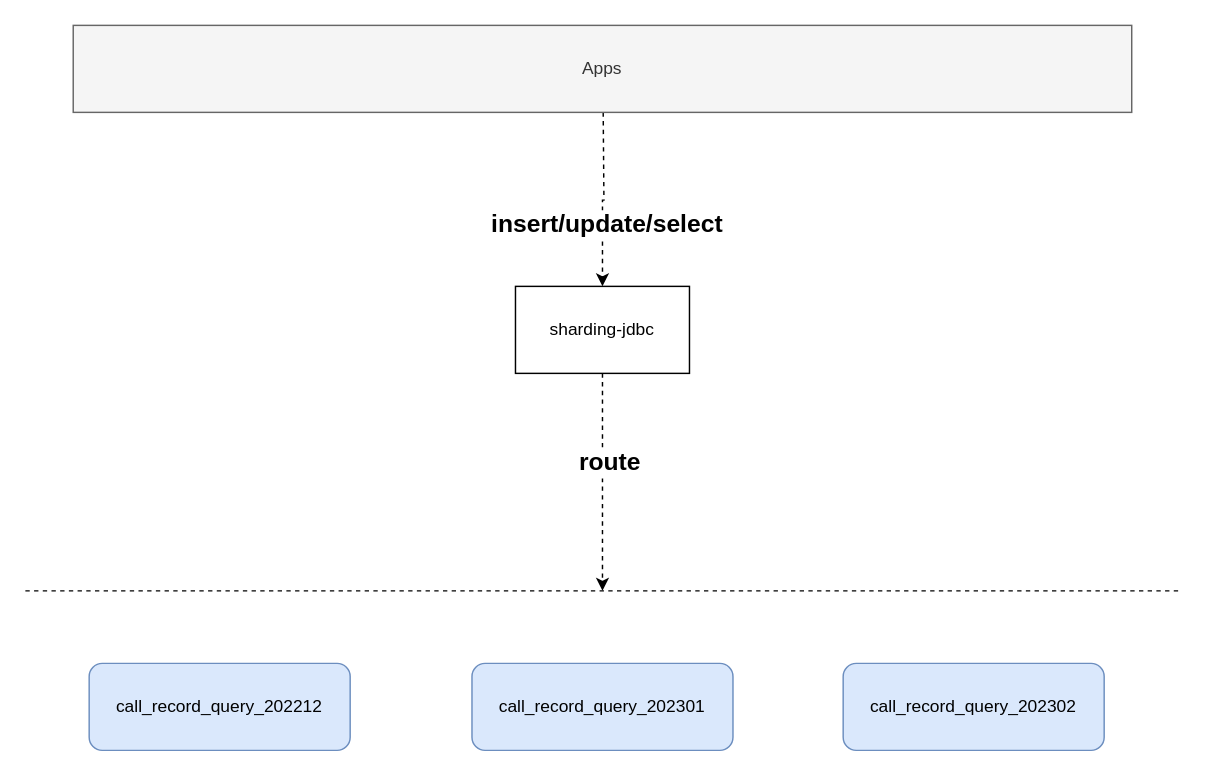
Above: page "第 9 页" (9 of 14) of wiz/WIZ-数据.drawio in smileLuckBoy/drowio (draw.io), before the change. Source tidied: cells renumbered, new cells numbered last; positions are measured from the earlier drawing's top-left corner, leaving out a move shared by most shapes. Both pictures are drawn from the tidied source at 145%, with x=0, y=0 at pixel (25, 25).
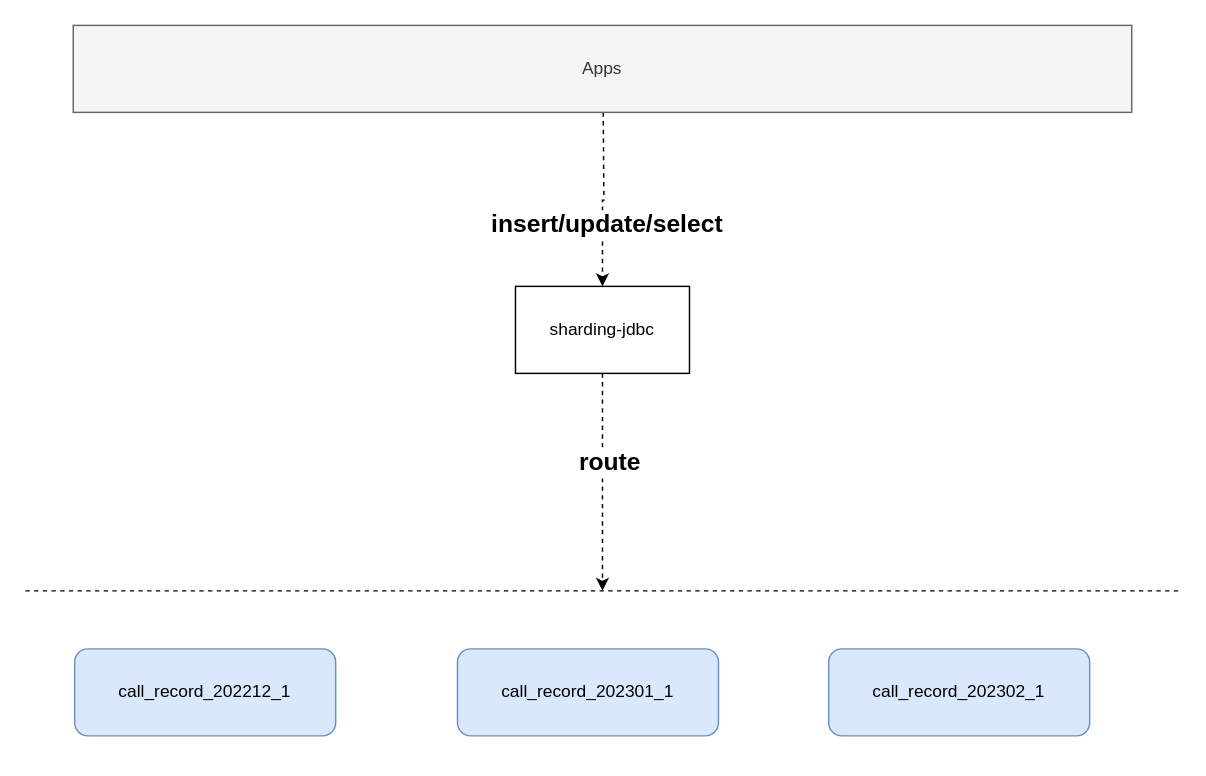
Above is the later version.

The edit, as a diff of the source:
```diff
@@
 <mxGraphModel>
   <root>
     <mxCell id="0" />
     <mxCell id="1" parent="0" />
     <mxCell id="2" style="edgeStyle=orthogonalEdgeStyle;rounded=0;orthogonalLoop=1;jettySize=auto;html=1;exitX=0.5;exitY=1;exitDx=0;exitDy=0;dashed=1;" parent="1" edge="1">
       <mxGeometry relative="1" as="geometry">
         <mxPoint x="179" y="240" as="sourcePoint" />
       </mxGeometry>
     </mxCell>
-    <mxCell id="3" value="call_record_query_202212" style="rounded=1;whiteSpace=wrap;html=1;fillColor=#dae8fc;strokeColor=#6c8ebf;" parent="1" vertex="1">
-      <mxGeometry x="44" y="440" width="180" height="60" as="geometry" />
-    </mxCell>
-    <mxCell id="4" value="call_record_query_202301" style="rounded=1;whiteSpace=wrap;html=1;fillColor=#dae8fc;strokeColor=#6c8ebf;" parent="1" vertex="1">
-      <mxGeometry x="308" y="440" width="180" height="60" as="geometry" />
-    </mxCell>
-    <mxCell id="5" value="call_record_query_202302" style="rounded=1;whiteSpace=wrap;html=1;fillColor=#dae8fc;strokeColor=#6c8ebf;" parent="1" vertex="1">
-      <mxGeometry x="564" y="440" width="180" height="60" as="geometry" />
-    </mxCell>
     <mxCell id="6" style="edgeStyle=orthogonalEdgeStyle;rounded=0;jettySize=auto;html=1;exitX=0.75;exitY=1;exitDx=0;exitDy=0;dashed=1;fontSize=17;" parent="1" edge="1" target="12">
       <mxGeometry relative="1" as="geometry">
         <mxPoint x="398.5" y="60" as="sourcePoint" />
       </mxGeometry>
     </mxCell>
     <mxCell id="7" value="insert/update/&lt;font style=&quot;border-color: var(--border-color);&quot;&gt;&lt;span style=&quot;border-color: var(--border-color);&quot;&gt;select&lt;/span&gt;&lt;/font&gt;" style="edgeLabel;html=1;align=center;verticalAlign=middle;fontSize=17;fontStyle=1;" parent="6" vertex="1">
       <mxGeometry x="0.29" y="2" relative="1" as="geometry">
         <mxPoint y="1" as="offset" />
       </mxGeometry>
     </mxCell>
     <mxCell id="8" value="Apps" style="rounded=0;whiteSpace=wrap;html=1;fillColor=#f5f5f5;fontColor=#333333;strokeColor=#666666;" parent="1" vertex="1">
       <mxGeometry x="33" width="730" height="60" as="geometry" />
     </mxCell>
     <mxCell id="9" style="endArrow=none;dashed=1;html=1;rounded=0;" parent="1" edge="1">
       <mxGeometry relative="1" as="geometry">
         <mxPoint y="390" as="sourcePoint" />
         <mxPoint x="796" y="390" as="targetPoint" />
       </mxGeometry>
     </mxCell>
     <mxCell id="10" style="edgeStyle=orthogonalEdgeStyle;rounded=0;jettySize=auto;html=1;exitX=0.5;exitY=1;exitDx=0;exitDy=0;dashed=1;fontSize=17;" parent="1" edge="1" source="12">
       <mxGeometry relative="1" as="geometry">
         <mxPoint x="398" y="390" as="targetPoint" />
       </mxGeometry>
     </mxCell>
     <mxCell id="11" value="route" style="edgeLabel;html=1;align=center;verticalAlign=middle;fontSize=17;fontStyle=1;" parent="10" vertex="1">
       <mxGeometry x="-0.19" y="4" relative="1" as="geometry" />
     </mxCell>
     <mxCell id="12" value="sharding-jdbc" style="rounded=0;whiteSpace=wrap;html=1;" parent="1" vertex="1">
       <mxGeometry x="338" y="180" width="120" height="60" as="geometry" />
     </mxCell>
+    <mxCell id="13" value="call_record_202212_1" style="rounded=1;whiteSpace=wrap;html=1;fillColor=#dae8fc;strokeColor=#6c8ebf;" parent="1" vertex="1">
+      <mxGeometry x="34" y="430" width="180" height="60" as="geometry" />
+    </mxCell>
+    <mxCell id="14" value="call_record_202301_1" style="rounded=1;whiteSpace=wrap;html=1;fillColor=#dae8fc;strokeColor=#6c8ebf;" parent="1" vertex="1">
+      <mxGeometry x="298" y="430" width="180" height="60" as="geometry" />
+    </mxCell>
+    <mxCell id="15" value="call_record_202302_1" style="rounded=1;whiteSpace=wrap;html=1;fillColor=#dae8fc;strokeColor=#6c8ebf;" parent="1" vertex="1">
+      <mxGeometry x="554" y="430" width="180" height="60" as="geometry" />
+    </mxCell>
   </root>
 </mxGraphModel>
```
